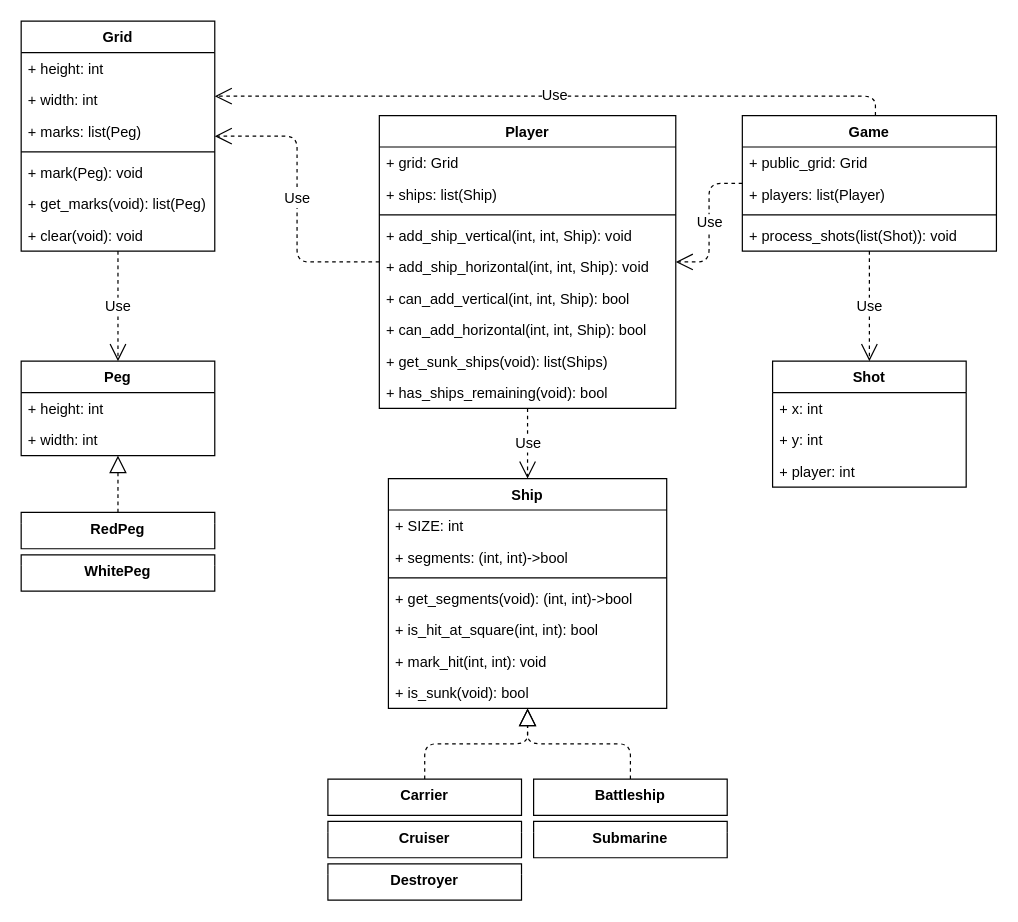
Earlier version of the draw.io diagram battleship.drawio (colorfuldisaster/battleship). Source tidied: cells renumbered, new cells numbered last; positions are measured from the earlier drawing's top-left corner, leaving out a move shared by most shapes. Both pictures are drawn from the tidied source at 121%, with x=0, y=0 at pixel (21, 21).
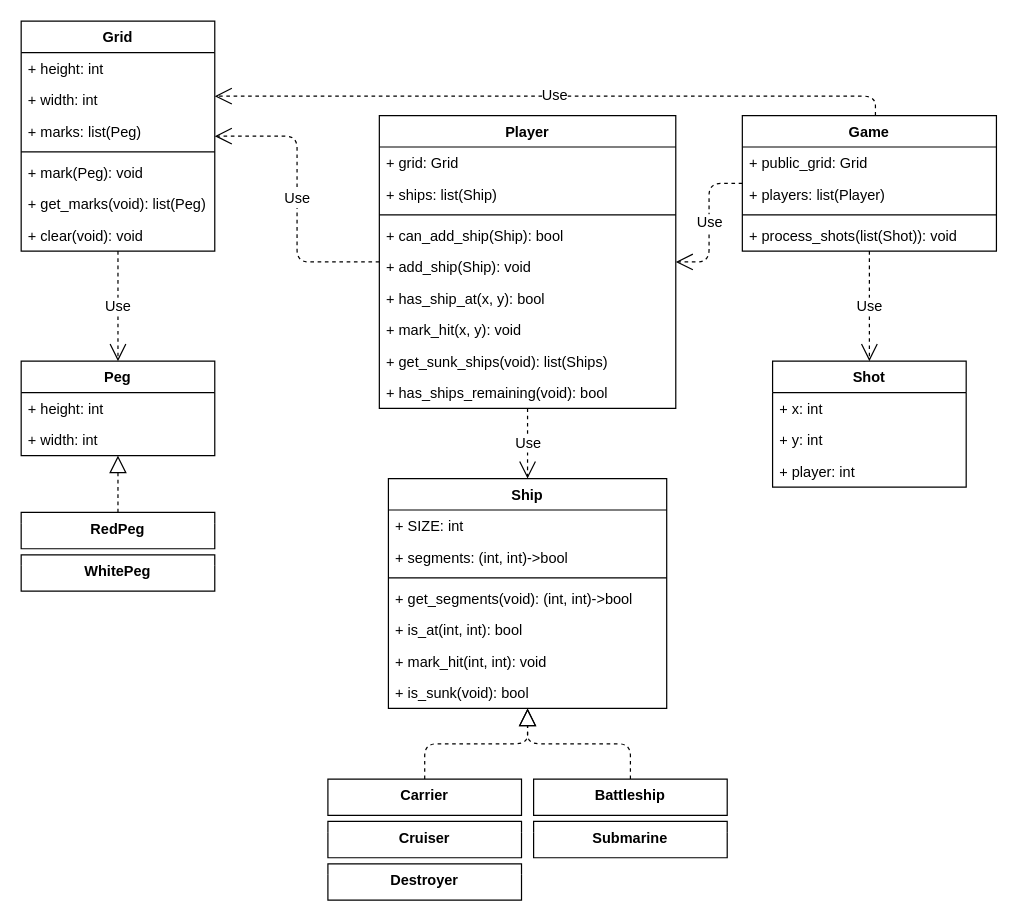
After the change.

The change refers to these unchanged cells:
```xml
<mxCell id="20" value="Player" style="swimlane;fontStyle=1;align=center;verticalAlign=top;horizontal=1;startSize=26;fontSize=12;" parent="1" vertex="1">
  <mxGeometry x="296" y="78" width="245" height="242" as="geometry" />
</mxCell>
<mxCell id="40" value="Ship" style="swimlane;fontStyle=1;align=center;verticalAlign=top;horizontal=1;startSize=26;rounded=0;shadow=0;glass=0;comic=0;strokeColor=#000000;fontSize=12;" parent="1" vertex="1">
  <mxGeometry x="303.5" y="378" width="230" height="190" as="geometry" />
</mxCell>
```

Change to the diagram source:
```diff
@@
+    <mxCell id="26" value="+ can_add_ship(Ship): bool" style="text;strokeColor=none;fillColor=none;align=left;verticalAlign=top;spacingLeft=4;spacingRight=4;overflow=hidden;" parent="20" vertex="1">
+      <mxGeometry y="86" width="245" height="26" as="geometry" />
+    </mxCell>
-    <mxCell id="24" value="+ add_ship_vertical(int, int, Ship): void" style="text;strokeColor=none;fillColor=none;align=left;verticalAlign=top;spacingLeft=4;spacingRight=4;overflow=hidden;" parent="20" vertex="1">
-      <mxGeometry y="86" width="245" height="26" as="geometry" />
+    <mxCell id="24" value="+ add_ship(Ship): void" style="text;strokeColor=none;fillColor=none;align=left;verticalAlign=top;spacingLeft=4;spacingRight=4;overflow=hidden;" parent="20" vertex="1">
+      <mxGeometry y="112" width="245" height="26" as="geometry" />
     </mxCell>
-    <mxCell id="25" value="+ add_ship_horizontal(int, int, Ship): void" style="text;strokeColor=none;fillColor=none;align=left;verticalAlign=top;spacingLeft=4;spacingRight=4;overflow=hidden;" parent="20" vertex="1">
-      <mxGeometry y="112" width="245" height="26" as="geometry" />
-    </mxCell>
-    <mxCell id="26" value="+ can_add_vertical(int, int, Ship): bool" style="text;strokeColor=none;fillColor=none;align=left;verticalAlign=top;spacingLeft=4;spacingRight=4;overflow=hidden;" parent="20" vertex="1">
-      <mxGeometry y="138" width="245" height="26" as="geometry" />
-    </mxCell>
-    <mxCell id="27" value="+ can_add_horizontal(int, int, Ship): bool" style="text;strokeColor=none;fillColor=none;align=left;verticalAlign=top;spacingLeft=4;spacingRight=4;overflow=hidden;" parent="20" vertex="1">
-      <mxGeometry y="164" width="245" height="26" as="geometry" />
-    </mxCell>
+    <mxCell id="56" value="+ has_ship_at(x, y): bool" style="text;strokeColor=none;fillColor=none;align=left;verticalAlign=top;spacingLeft=4;spacingRight=4;overflow=hidden;" parent="20" vertex="1">
+      <mxGeometry y="138" width="245" height="26" as="geometry" />
+    </mxCell>
+    <mxCell id="57" value="+ mark_hit(x, y): void" style="text;strokeColor=none;fillColor=none;align=left;verticalAlign=top;spacingLeft=4;spacingRight=4;overflow=hidden;" parent="20" vertex="1">
+      <mxGeometry y="164" width="245" height="26" as="geometry" />
+    </mxCell>
@@
-    <mxCell id="45" value="+ is_hit_at_square(int, int): bool" style="text;strokeColor=none;fillColor=none;align=left;verticalAlign=top;spacingLeft=4;spacingRight=4;overflow=hidden;" parent="40" vertex="1">
+    <mxCell id="45" value="+ is_at(int, int): bool" style="text;strokeColor=none;fillColor=none;align=left;verticalAlign=top;spacingLeft=4;spacingRight=4;overflow=hidden;" parent="40" vertex="1">
       <mxGeometry y="112" width="230" height="26" as="geometry" />
     </mxCell>
```
